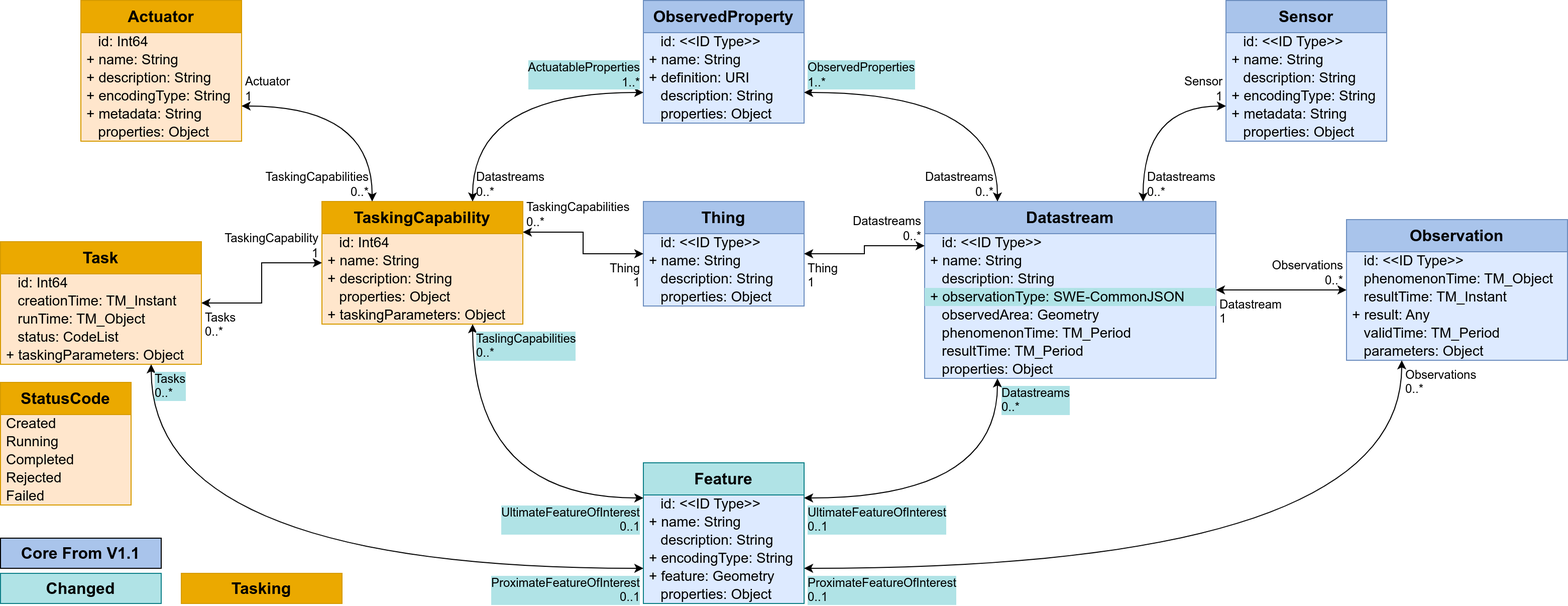
The draw.io diagram figures/Datamodel-SensorThingsApi-V2-proposal-1-Tasking.drawio.png in opengeospatial/sensorthings, before a commit. Source tidied: cells renumbered, new cells last; positions are measured from the earlier drawing's top-left corner, leaving out a move shared by most shapes.
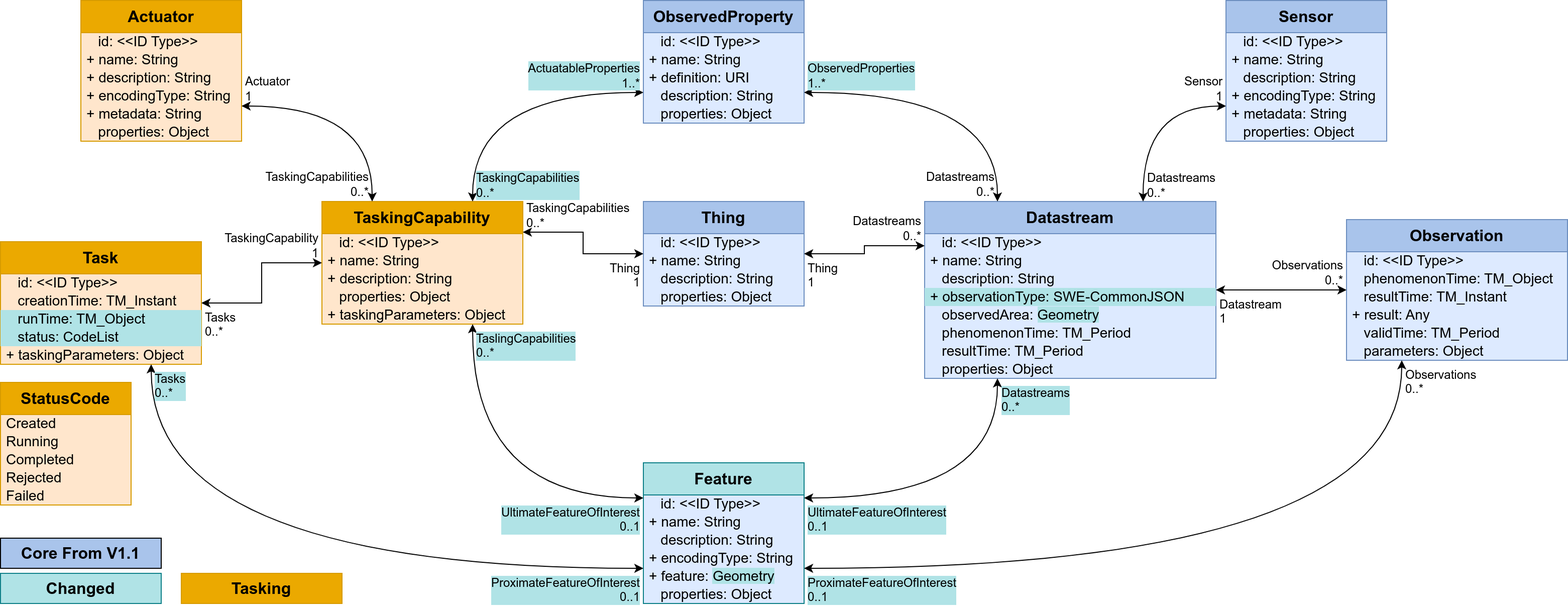
Above is the later version.

The edit, as a diff of the source:
```diff
@@ -17,7 +17,7 @@
     <mxCell id="6" value="+ observationType: SWE-CommonJSON" style="text;strokeColor=none;fillColor=#b0e3e6;align=left;verticalAlign=middle;spacingLeft=4;spacingRight=4;overflow=visible;html=1;fontSize=14;" parent="2" vertex="1">
       <mxGeometry y="86" width="290" height="18" as="geometry" />
     </mxCell>
-    <mxCell id="7" value="&amp;nbsp;&amp;nbsp;&amp;nbsp;observedArea: Geometry" style="text;strokeColor=none;fillColor=none;align=left;verticalAlign=middle;spacingLeft=4;spacingRight=4;overflow=visible;html=1;fontSize=14;" parent="2" vertex="1">
+    <mxCell id="7" value="&amp;nbsp;&amp;nbsp;&amp;nbsp;observedArea: &lt;span style=&quot;background-color: rgb(176, 227, 230);&quot;&gt;Geometry&lt;/span&gt;" style="text;strokeColor=none;fillColor=none;align=left;verticalAlign=middle;spacingLeft=4;spacingRight=4;overflow=visible;html=1;fontSize=14;" parent="2" vertex="1">
       <mxGeometry y="104" width="290" height="18" as="geometry" />
     </mxCell>
     <mxCell id="8" value="&amp;nbsp;&amp;nbsp;&amp;nbsp;phenomenonTime:&amp;nbsp;TM_Period" style="text;strokeColor=none;fillColor=none;align=left;verticalAlign=middle;spacingLeft=4;spacingRight=4;overflow=visible;html=1;fontSize=14;" parent="2" vertex="1">
@@ -44,7 +44,7 @@
     <mxCell id="15" value="+ encodingType: String" style="text;strokeColor=none;fillColor=none;align=left;verticalAlign=middle;spacingLeft=4;spacingRight=4;overflow=visible;html=1;fontSize=14;" parent="11" vertex="1">
       <mxGeometry y="86" width="160" height="18" as="geometry" />
     </mxCell>
-    <mxCell id="16" value="+ feature: Geometry" style="text;strokeColor=none;fillColor=none;align=left;verticalAlign=middle;spacingLeft=4;spacingRight=4;overflow=visible;html=1;fontSize=14;" parent="11" vertex="1">
+    <mxCell id="16" value="+ feature: &lt;span style=&quot;background-color: rgb(176, 227, 230);&quot;&gt;Geometry&lt;/span&gt;" style="text;strokeColor=none;fillColor=none;align=left;verticalAlign=middle;spacingLeft=4;spacingRight=4;overflow=visible;html=1;fontSize=14;" parent="11" vertex="1">
       <mxGeometry y="104" width="160" height="18" as="geometry" />
     </mxCell>
     <mxCell id="17" value="&amp;nbsp;&amp;nbsp;&amp;nbsp;properties: Object" style="text;strokeColor=none;fillColor=none;align=left;verticalAlign=middle;spacingLeft=4;spacingRight=4;overflow=visible;html=1;fontSize=14;" parent="11" vertex="1">
@@ -188,7 +188,7 @@
     <mxCell id="63" value="Actuator" style="swimlane;fontStyle=1;horizontal=1;startSize=32;fontSize=16;whiteSpace=wrap;html=1;fillColor=#EBA900;strokeColor=#d79b00;swimlaneFillColor=#FFE6CC;" parent="1" vertex="1">
       <mxGeometry x="80" width="160" height="140" as="geometry" />
     </mxCell>
-    <mxCell id="64" value="&amp;nbsp;&amp;nbsp;&amp;nbsp;id: Int64" style="text;strokeColor=none;fillColor=none;align=left;verticalAlign=middle;spacingLeft=4;spacingRight=4;overflow=visible;html=1;fontSize=14;" parent="63" vertex="1">
+    <mxCell id="64" value="&amp;nbsp; &amp;nbsp;id: &amp;lt;&amp;lt;ID Type&amp;gt;&amp;gt;" style="text;strokeColor=none;fillColor=none;align=left;verticalAlign=middle;spacingLeft=4;spacingRight=4;overflow=visible;html=1;fontSize=14;" parent="63" vertex="1">
       <mxGeometry y="32" width="160" height="18" as="geometry" />
     </mxCell>
     <mxCell id="65" value="+ name: String" style="text;strokeColor=none;fillColor=none;align=left;verticalAlign=middle;spacingLeft=4;spacingRight=4;overflow=visible;html=1;fontSize=14;" parent="63" vertex="1">
@@ -209,16 +209,16 @@
     <mxCell id="70" value="Task" style="swimlane;fontStyle=1;horizontal=1;startSize=32;fontSize=16;whiteSpace=wrap;html=1;fillColor=#EBA900;strokeColor=#d79b00;swimlaneFillColor=#FFE6CC;" parent="1" vertex="1">
       <mxGeometry y="240" width="200" height="122" as="geometry" />
     </mxCell>
-    <mxCell id="71" value="&amp;nbsp;&amp;nbsp;&amp;nbsp;id: Int64" style="text;strokeColor=none;fillColor=none;align=left;verticalAlign=middle;spacingLeft=4;spacingRight=4;overflow=visible;html=1;fontSize=14;" parent="70" vertex="1">
+    <mxCell id="71" value="&amp;nbsp; &amp;nbsp;id: &amp;lt;&amp;lt;ID Type&amp;gt;&amp;gt;" style="text;strokeColor=none;fillColor=none;align=left;verticalAlign=middle;spacingLeft=4;spacingRight=4;overflow=visible;html=1;fontSize=14;" parent="70" vertex="1">
       <mxGeometry y="32" width="200" height="18" as="geometry" />
     </mxCell>
     <mxCell id="72" value="&amp;nbsp;&amp;nbsp;&amp;nbsp;creationTime: TM_Instant" style="text;strokeColor=none;fillColor=none;align=left;verticalAlign=middle;spacingLeft=4;spacingRight=4;overflow=visible;html=1;fontSize=14;" parent="70" vertex="1">
       <mxGeometry y="50" width="200" height="18" as="geometry" />
     </mxCell>
-    <mxCell id="73" value="&amp;nbsp;&amp;nbsp;&amp;nbsp;runTime: TM_Object" style="text;strokeColor=none;fillColor=none;align=left;verticalAlign=middle;spacingLeft=4;spacingRight=4;overflow=visible;html=1;fontSize=14;" parent="70" vertex="1">
+    <mxCell id="73" value="&amp;nbsp;&amp;nbsp;&amp;nbsp;runTime: TM_Object" style="text;strokeColor=none;fillColor=#b0e3e6;align=left;verticalAlign=middle;spacingLeft=4;spacingRight=4;overflow=visible;html=1;fontSize=14;" parent="70" vertex="1">
       <mxGeometry y="68" width="200" height="18" as="geometry" />
     </mxCell>
-    <mxCell id="74" value="&amp;nbsp;&amp;nbsp;&amp;nbsp;status: CodeList" style="text;strokeColor=none;fillColor=none;align=left;verticalAlign=middle;spacingLeft=4;spacingRight=4;overflow=visible;html=1;fontSize=14;" parent="70" vertex="1">
+    <mxCell id="74" value="&amp;nbsp;&amp;nbsp;&amp;nbsp;status: CodeList" style="text;strokeColor=none;fillColor=#b0e3e6;align=left;verticalAlign=middle;spacingLeft=4;spacingRight=4;overflow=visible;html=1;fontSize=14;" parent="70" vertex="1">
       <mxGeometry y="86" width="200" height="18" as="geometry" />
     </mxCell>
     <mxCell id="75" value="+ taskingParameters: Object" style="text;strokeColor=none;fillColor=none;align=left;verticalAlign=middle;spacingLeft=4;spacingRight=4;overflow=visible;html=1;fontSize=14;" parent="70" vertex="1">
@@ -227,7 +227,7 @@
     <mxCell id="76" value="TaskingCapability" style="swimlane;fontStyle=1;horizontal=1;startSize=32;fontSize=16;whiteSpace=wrap;html=1;fillColor=#EBA900;strokeColor=#d79b00;swimlaneFillColor=#FFE6CC;" parent="1" vertex="1">
       <mxGeometry x="320" y="200" width="200" height="122" as="geometry" />
     </mxCell>
-    <mxCell id="77" value="&amp;nbsp;&amp;nbsp;&amp;nbsp;id: Int64" style="text;strokeColor=none;fillColor=none;align=left;verticalAlign=middle;spacingLeft=4;spacingRight=4;overflow=visible;html=1;fontSize=14;" parent="76" vertex="1">
+    <mxCell id="77" value="&amp;nbsp; &amp;nbsp;id: &amp;lt;&amp;lt;ID Type&amp;gt;&amp;gt;" style="text;strokeColor=none;fillColor=none;align=left;verticalAlign=middle;spacingLeft=4;spacingRight=4;overflow=visible;html=1;fontSize=14;" parent="76" vertex="1">
       <mxGeometry y="32" width="200" height="18" as="geometry" />
     </mxCell>
     <mxCell id="78" value="+ name: String" style="text;strokeColor=none;fillColor=none;align=left;verticalAlign=middle;spacingLeft=4;spacingRight=4;overflow=visible;html=1;fontSize=14;" parent="76" vertex="1">
@@ -275,7 +275,7 @@
     <mxCell id="92" value="ActuatableProperties&lt;br&gt;1..*" style="edgeLabel;html=1;align=right;verticalAlign=bottom;labelBackgroundColor=#B0E3E6;fontSize=12;spacingLeft=1;spacing=3;spacingRight=2;" parent="91" vertex="1">
       <mxGeometry x="-1" relative="1" as="geometry" />
     </mxCell>
-    <mxCell id="93" value="Datastreams&lt;br&gt;0..*" style="edgeLabel;html=1;align=left;verticalAlign=bottom;labelBackgroundColor=none;fontSize=12;spacingLeft=1;spacing=3;spacingRight=2;" parent="91" vertex="1">
+    <mxCell id="93" value="TaskingCapabilities&lt;br&gt;0..*" style="edgeLabel;html=1;align=left;verticalAlign=bottom;labelBackgroundColor=#B0E3E6;fontSize=12;spacingLeft=1;spacing=3;spacingRight=2;" parent="91" vertex="1">
       <mxGeometry x="1" relative="1" as="geometry" />
     </mxCell>
     <mxCell id="94" style="endArrow=classic;startArrow=classic;html=1;rounded=0;exitX=0;exitY=0.25;exitDx=0;exitDy=0;edgeStyle=orthogonalEdgeStyle;entryX=0.75;entryY=1;entryDx=0;entryDy=0;curved=1;" parent="1" edge="1" source="11" target="76">
```
